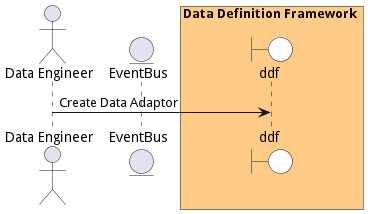
madajaju/edgemere keeps this PlantUML diagram as docs/edgemere/diml/ddf/usecases/managedataadaptors/CreateDataAdaptor.png. Above is the earlier version.
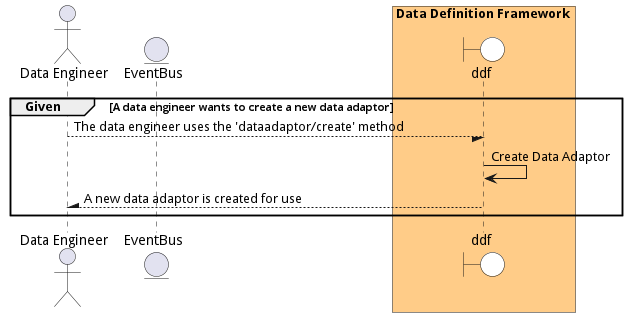
After the commit.

Diff of the diagram source:
```diff
@@ -1,4 +1,5 @@
 @startuml
+
 
 actor "Data Engineer"
 
@@ -10,9 +11,16 @@
 end box
 
 
+group Given [A data engineer wants to create a new data adaptor]
 
-"Data Engineer" -> ddf: Create Data Adaptor
+"Data Engineer" --/ ddf: The data engineer uses the &#39;dataadaptor/create&#39; method
+"ddf" -> ddf: Create Data Adaptor
 
 
 
+"Data Engineer" /-- ddf: A new data adaptor is created for use
+
+
+end
+
 @enduml
```
